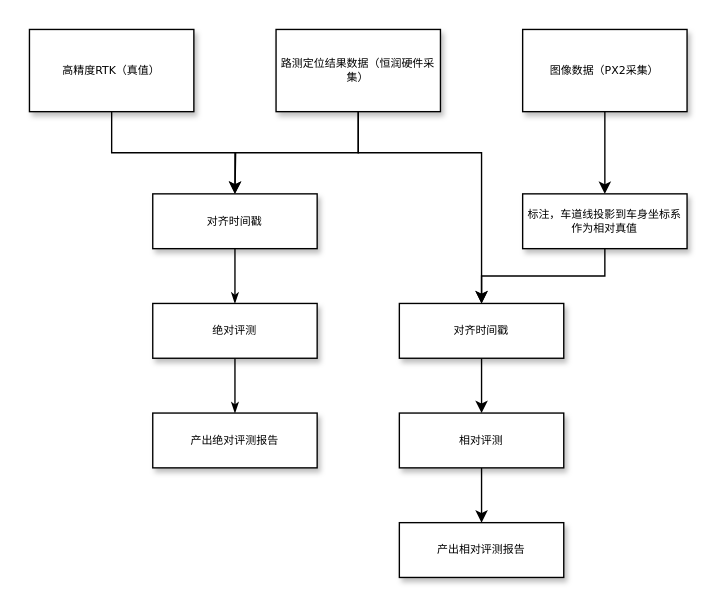
Before: 测试采集数据处理流程.drawio in xhzhuhit/Trajectory_Compression_Algorithms, a draw.io diagram. Source tidied: cells renumbered, new cells numbered last; positions are measured from the earlier drawing's top-left corner, leaving out a move shared by most shapes. Both pictures are drawn from the tidied source at 137%, with x=0, y=0 at pixel (29, 29).
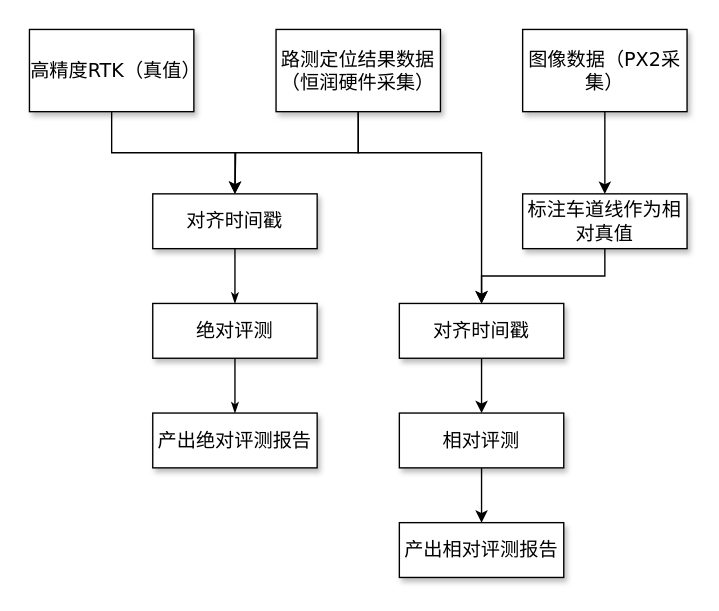
The same diagram, later.

Commit message (it also covers changes not shown here):
Update 测试采集数据处理流程.drawio

Diff of the diagram source:
```diff
@@
-    <mxCell id="4" value="路测定位结果数据（恒润硬件采集）" style="rounded=0;whiteSpace=wrap;html=1;shadow=1;labelBackgroundColor=none;strokeWidth=1;fontFamily=Verdana;fontSize=8;align=center;" parent="1" vertex="1">
+    <mxCell id="4" value="&lt;font style=&quot;font-size: 14px&quot;&gt;路测定位结果数据（恒润硬件采集）&lt;/font&gt;" style="rounded=0;whiteSpace=wrap;html=1;shadow=1;labelBackgroundColor=none;strokeWidth=1;fontFamily=Verdana;fontSize=8;align=center;" parent="1" vertex="1">
       <mxGeometry x="180" width="120" height="60" as="geometry" />
     </mxCell>
@@
-    <mxCell id="6" value="对齐时间戳" style="whiteSpace=wrap;html=1;rounded=0;shadow=1;labelBackgroundColor=none;strokeWidth=1;fontFamily=Verdana;fontSize=8;align=center;" parent="1" vertex="1">
+    <mxCell id="6" value="&lt;font style=&quot;font-size: 14px&quot;&gt;对齐时间戳&lt;/font&gt;" style="whiteSpace=wrap;html=1;rounded=0;shadow=1;labelBackgroundColor=none;strokeWidth=1;fontFamily=Verdana;fontSize=8;align=center;" parent="1" vertex="1">
       <mxGeometry x="90" y="120" width="120" height="40" as="geometry" />
     </mxCell>
@@
-    <mxCell id="8" value="标注，车道线投影到车身坐标系作为相对真值" style="whiteSpace=wrap;html=1;rounded=0;shadow=1;labelBackgroundColor=none;strokeWidth=1;fontFamily=Verdana;fontSize=8;align=center;" parent="1" vertex="1">
+    <mxCell id="8" value="&lt;font style=&quot;font-size: 14px&quot;&gt;标注车道线作为相对真值&lt;/font&gt;" style="whiteSpace=wrap;html=1;rounded=0;shadow=1;labelBackgroundColor=none;strokeWidth=1;fontFamily=Verdana;fontSize=8;align=center;" parent="1" vertex="1">
       <mxGeometry x="360" y="120" width="120" height="40" as="geometry" />
     </mxCell>
@@
-    <mxCell id="10" value="相对评测" style="whiteSpace=wrap;html=1;rounded=0;shadow=1;labelBackgroundColor=none;strokeWidth=1;fontFamily=Verdana;fontSize=8;align=center;" parent="1" vertex="1">
+    <mxCell id="10" value="&lt;font style=&quot;font-size: 14px&quot;&gt;相对评测&lt;/font&gt;" style="whiteSpace=wrap;html=1;rounded=0;shadow=1;labelBackgroundColor=none;strokeWidth=1;fontFamily=Verdana;fontSize=8;align=center;" parent="1" vertex="1">
       <mxGeometry x="270" y="280" width="120" height="40" as="geometry" />
     </mxCell>
@@
-    <mxCell id="12" value="绝对评测" style="whiteSpace=wrap;html=1;rounded=0;shadow=1;labelBackgroundColor=none;strokeWidth=1;fontFamily=Verdana;fontSize=8;align=center;spacing=6;" parent="1" vertex="1">
+    <mxCell id="12" value="&lt;font style=&quot;font-size: 14px&quot;&gt;绝对评测&lt;/font&gt;" style="whiteSpace=wrap;html=1;rounded=0;shadow=1;labelBackgroundColor=none;strokeWidth=1;fontFamily=Verdana;fontSize=8;align=center;spacing=6;" parent="1" vertex="1">
       <mxGeometry x="90" y="200" width="120" height="40" as="geometry" />
     </mxCell>
@@
-    <mxCell id="14" value="对齐时间戳" style="whiteSpace=wrap;html=1;rounded=0;shadow=1;labelBackgroundColor=none;strokeWidth=1;fontFamily=Verdana;fontSize=8;align=center;spacing=6;" parent="1" vertex="1">
+    <mxCell id="14" value="&lt;font style=&quot;font-size: 14px&quot;&gt;对齐时间戳&lt;/font&gt;" style="whiteSpace=wrap;html=1;rounded=0;shadow=1;labelBackgroundColor=none;strokeWidth=1;fontFamily=Verdana;fontSize=8;align=center;spacing=6;" parent="1" vertex="1">
       <mxGeometry x="270" y="200" width="120" height="40" as="geometry" />
     </mxCell>
-    <mxCell id="15" value="产出绝对评测报告" style="whiteSpace=wrap;html=1;rounded=0;shadow=1;labelBackgroundColor=none;strokeWidth=1;fontFamily=Verdana;fontSize=8;align=center;" parent="1" vertex="1">
+    <mxCell id="15" value="&lt;font style=&quot;font-size: 14px&quot;&gt;产出绝对评测报告&lt;/font&gt;" style="whiteSpace=wrap;html=1;rounded=0;shadow=1;labelBackgroundColor=none;strokeWidth=1;fontFamily=Verdana;fontSize=8;align=center;" parent="1" vertex="1">
       <mxGeometry x="90" y="280" width="120" height="40" as="geometry" />
     </mxCell>
@@
-    <mxCell id="17" value="高精度RTK（真值）" style="rounded=0;whiteSpace=wrap;html=1;shadow=1;labelBackgroundColor=none;strokeWidth=1;fontFamily=Verdana;fontSize=8;align=center;" parent="1" vertex="1">
+    <mxCell id="17" value="&lt;font style=&quot;font-size: 14px&quot;&gt;高精度RTK（真值）&lt;/font&gt;" style="rounded=0;whiteSpace=wrap;html=1;shadow=1;labelBackgroundColor=none;strokeWidth=1;fontFamily=Verdana;fontSize=8;align=center;" parent="1" vertex="1">
       <mxGeometry width="120" height="60" as="geometry" />
     </mxCell>
@@
-    <mxCell id="19" value="图像数据（PX2采集）" style="rounded=0;whiteSpace=wrap;html=1;shadow=1;labelBackgroundColor=none;strokeWidth=1;fontFamily=Verdana;fontSize=8;align=center;" parent="1" vertex="1">
+    <mxCell id="19" value="&lt;font style=&quot;font-size: 14px&quot;&gt;图像数据（PX2采集）&lt;/font&gt;" style="rounded=0;whiteSpace=wrap;html=1;shadow=1;labelBackgroundColor=none;strokeWidth=1;fontFamily=Verdana;fontSize=8;align=center;" parent="1" vertex="1">
       <mxGeometry x="360" width="120" height="60" as="geometry" />
     </mxCell>
-    <mxCell id="20" value="产出相对评测报告" style="whiteSpace=wrap;html=1;rounded=0;shadow=1;labelBackgroundColor=none;strokeWidth=1;fontFamily=Verdana;fontSize=8;align=center;" parent="1" vertex="1">
+    <mxCell id="20" value="&lt;font style=&quot;font-size: 14px&quot;&gt;产出相对评测报告&lt;/font&gt;" style="whiteSpace=wrap;html=1;rounded=0;shadow=1;labelBackgroundColor=none;strokeWidth=1;fontFamily=Verdana;fontSize=8;align=center;" parent="1" vertex="1">
       <mxGeometry x="270" y="360" width="120" height="40" as="geometry" />
     </mxCell>
```
